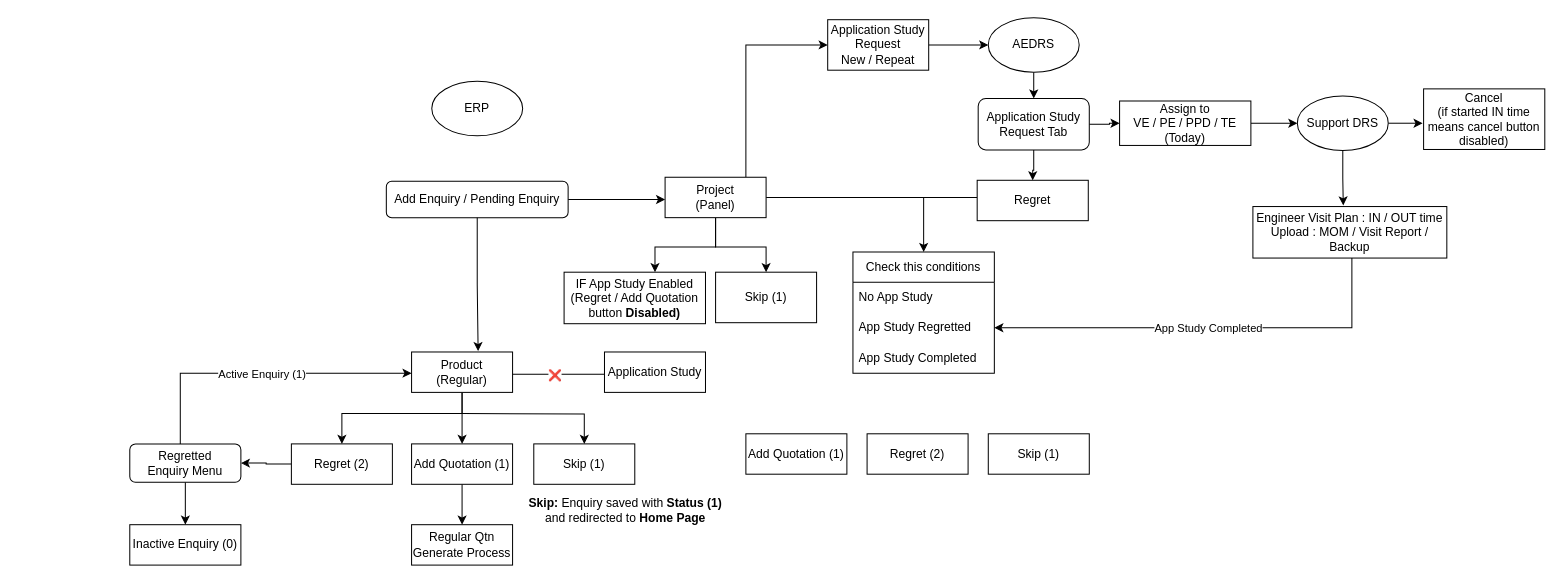
The draw.io diagram page "Add Enquiry / Pending Enquiry" (9 of 9) of ERP_FLOW.drawio in Sathyapriya30/MERN_CRUD_BACKEND, before the edit. Source tidied: cells renumbered, new cells numbered last; positions are measured from the earlier drawing's top-left corner, leaving out a move shared by most shapes. Both pictures are drawn from the tidied source at 101%, with x=0, y=0 at pixel (129, 17).
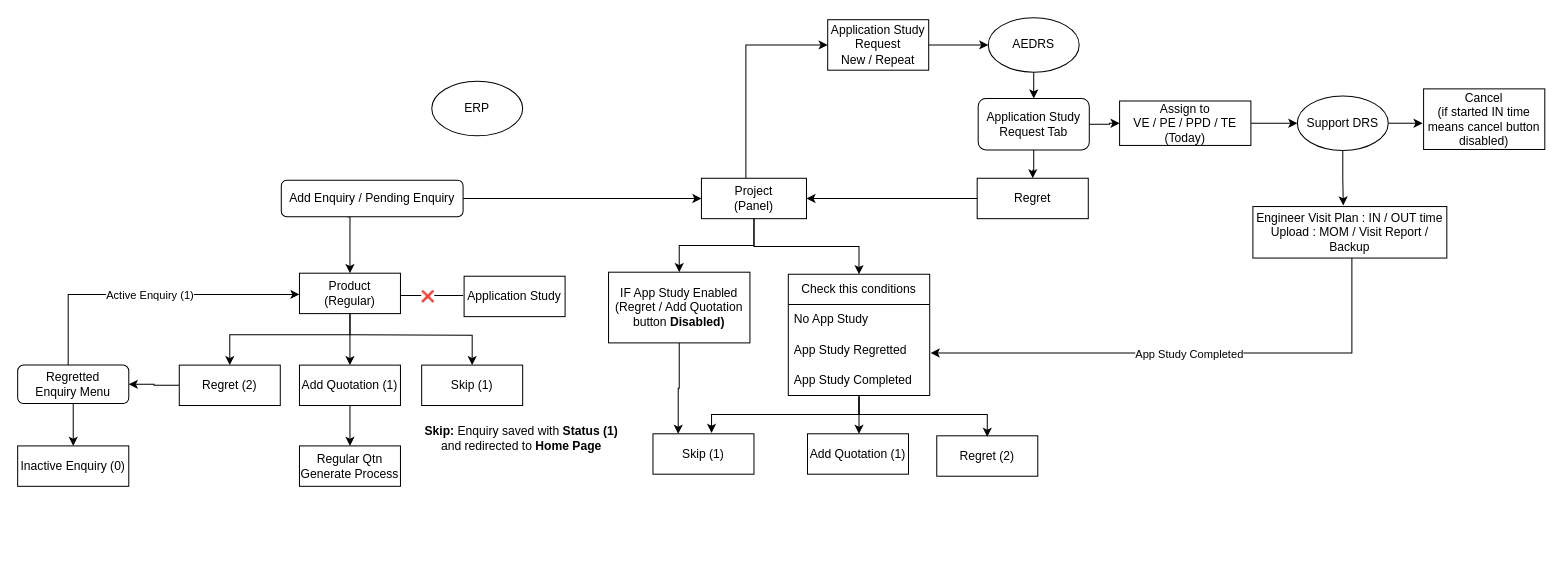
After the change.

Unchanged cells that the change refers to:
```xml
<mxCell id="32" value="Application Study Request&lt;br&gt;New / Repeat" style="rounded=0;whiteSpace=wrap;html=1;" parent="1" vertex="1">
  <mxGeometry x="691" y="2" width="100" height="50" as="geometry" />
</mxCell>
<mxCell id="49" value="App Study Regretted" style="text;strokeColor=none;fillColor=none;align=left;verticalAlign=middle;spacingLeft=4;spacingRight=4;overflow=hidden;points=[[0,0.5],[1,0.5]];portConstraint=eastwest;whiteSpace=wrap;html=1;" parent="47" vertex="1">
  <mxGeometry y="60" width="140" height="30" as="geometry" />
</mxCell>
```

Change to the diagram source:
```diff
@@
-    <mxCell id="2" style="edgeStyle=orthogonalEdgeStyle;rounded=0;jettySize=auto;html=1;" parent="1" edge="1" source="3">
-      <mxGeometry relative="1" as="geometry">
-        <mxPoint x="530" y="180" as="targetPoint" />
-      </mxGeometry>
+    <mxCell id="2" style="edgeStyle=orthogonalEdgeStyle;rounded=0;jettySize=auto;html=1;entryX=0;entryY=0.5;entryDx=0;entryDy=0;" parent="1" edge="1" source="3" target="27">
+      <mxGeometry relative="1" as="geometry" />
     </mxCell>
+    <mxCell id="57" style="edgeStyle=orthogonalEdgeStyle;rounded=0;orthogonalLoop=1;jettySize=auto;html=1;entryX=0.75;entryY=0;entryDx=0;entryDy=0;" parent="1" edge="1">
+      <mxGeometry relative="1" as="geometry">
+        <mxPoint x="215" y="197" as="sourcePoint" />
+        <mxPoint x="218" y="253" as="targetPoint" />
+        <Array as="points">
+          <mxPoint x="218" y="197" />
+        </Array>
+      </mxGeometry>
+    </mxCell>
     <mxCell id="3" value="Add Enquiry / Pending Enquiry" style="rounded=1;whiteSpace=wrap;html=1;" parent="1" vertex="1">
-      <mxGeometry x="254" y="162" width="180" height="36" as="geometry" />
+      <mxGeometry x="150" y="161" width="180" height="36" as="geometry" />
     </mxCell>
     <mxCell id="4" style="edgeStyle=orthogonalEdgeStyle;rounded=0;jettySize=auto;html=1;" parent="1" edge="1" source="7">
       <mxGeometry relative="1" as="geometry">
-        <mxPoint x="329" y="422" as="targetPoint" />
+        <mxPoint x="218" y="344" as="targetPoint" />
         <Array as="points">
-          <mxPoint x="329" y="402" />
-          <mxPoint x="329" y="402" />
+          <mxPoint x="218" y="324" />
+          <mxPoint x="218" y="324" />
         </Array>
       </mxGeometry>
     </mxCell>
     <mxCell id="5" style="edgeStyle=orthogonalEdgeStyle;rounded=0;jettySize=auto;html=1;entryX=0.5;entryY=0;entryDx=0;entryDy=0;" parent="1" edge="1" source="7" target="19">
       <mxGeometry relative="1" as="geometry">
         <Array as="points">
-          <mxPoint x="329" y="392" />
-          <mxPoint x="210" y="392" />
+          <mxPoint x="218" y="314" />
+          <mxPoint x="99" y="314" />
         </Array>
       </mxGeometry>
     </mxCell>
     <mxCell id="6" style="edgeStyle=orthogonalEdgeStyle;rounded=0;jettySize=auto;html=1;" parent="1" edge="1" target="20">
       <mxGeometry relative="1" as="geometry">
-        <mxPoint x="329" y="392" as="sourcePoint" />
+        <mxPoint x="218" y="314" as="sourcePoint" />
       </mxGeometry>
     </mxCell>
     <mxCell id="7" value="Product&lt;br&gt;(Regular)" style="rounded=0;whiteSpace=wrap;html=1;" parent="1" vertex="1">
-      <mxGeometry x="279" y="331" width="100" height="40" as="geometry" />
+      <mxGeometry x="168" y="253" width="100" height="40" as="geometry" />
     </mxCell>
@@
     <mxCell id="9" value="Add Quotation (1)" style="rounded=0;whiteSpace=wrap;html=1;" parent="1" vertex="1">
-      <mxGeometry x="279" y="422" width="100" height="40" as="geometry" />
+      <mxGeometry x="168" y="344" width="100" height="40" as="geometry" />
     </mxCell>
     <mxCell id="10" value="Inactive Enquiry (0)" style="rounded=0;whiteSpace=wrap;html=1;" parent="1" vertex="1">
-      <mxGeometry y="502" width="110" height="40" as="geometry" />
+      <mxGeometry x="-111" y="424" width="110" height="40" as="geometry" />
     </mxCell>
@@
     <mxCell id="12" value="Regretted Enquiry&amp;nbsp;Menu" style="rounded=1;whiteSpace=wrap;html=1;" parent="1" vertex="1">
-      <mxGeometry y="422" width="110" height="38" as="geometry" />
+      <mxGeometry x="-111" y="344" width="110" height="38" as="geometry" />
     </mxCell>
     <mxCell id="13" value="Application Study" style="rounded=0;whiteSpace=wrap;html=1;" parent="1" vertex="1">
-      <mxGeometry x="470" y="331" width="100" height="40" as="geometry" />
+      <mxGeometry x="331" y="256" width="100" height="40" as="geometry" />
     </mxCell>
-    <mxCell id="14" style="endArrow=none;html=1;rounded=0;entryX=0;entryY=0.5;entryDx=0;entryDy=0;exitX=1;exitY=0.5;exitDx=0;exitDy=0;endFill=0;" parent="1" edge="1">
+    <mxCell id="14" style="endArrow=none;html=1;rounded=0;exitX=1;exitY=0.5;exitDx=0;exitDy=0;endFill=0;" parent="1" edge="1">
       <mxGeometry relative="1" as="geometry">
-        <mxPoint x="379" y="353" as="sourcePoint" />
-        <mxPoint x="470" y="353" as="targetPoint" />
+        <mxPoint x="268" y="275" as="sourcePoint" />
+        <mxPoint x="330" y="275" as="targetPoint" />
       </mxGeometry>
     </mxCell>
@@
     <mxCell id="16" style="endArrow=classic;html=1;rounded=0;" parent="1" edge="1">
       <mxGeometry relative="1" as="geometry">
-        <mxPoint x="50" y="422" as="sourcePoint" />
-        <mxPoint x="279" y="352" as="targetPoint" />
+        <mxPoint x="-61" y="344" as="sourcePoint" />
+        <mxPoint x="168" y="274" as="targetPoint" />
         <Array as="points">
-          <mxPoint x="50" y="352" />
+          <mxPoint x="-61" y="274" />
         </Array>
       </mxGeometry>
     </mxCell>
@@
     <mxCell id="19" value="Regret (2)" style="rounded=0;whiteSpace=wrap;html=1;" parent="1" vertex="1">
-      <mxGeometry x="160" y="422" width="100" height="40" as="geometry" />
+      <mxGeometry x="49" y="344" width="100" height="40" as="geometry" />
     </mxCell>
     <mxCell id="20" value="Skip (1)" style="rounded=0;whiteSpace=wrap;html=1;" parent="1" vertex="1">
-      <mxGeometry x="400" y="422" width="100" height="40" as="geometry" />
+      <mxGeometry x="289" y="344" width="100" height="40" as="geometry" />
     </mxCell>
     <mxCell id="21" value="Regular Qtn Generate Process" style="rounded=0;whiteSpace=wrap;html=1;" parent="1" vertex="1">
-      <mxGeometry x="279" y="502" width="100" height="40" as="geometry" />
+      <mxGeometry x="168" y="424" width="100" height="40" as="geometry" />
     </mxCell>
     <mxCell id="22" value="&lt;strong&gt;Skip:&lt;/strong&gt; Enquiry saved with &lt;strong&gt;Status (1)&lt;/strong&gt; and redirected to &lt;strong&gt;Home Page&lt;/strong&gt;" style="text;html=1;whiteSpace=wrap;strokeColor=none;fillColor=none;align=center;verticalAlign=middle;rounded=0;" parent="1" vertex="1">
-      <mxGeometry x="392" y="473" width="198" height="30" as="geometry" />
+      <mxGeometry x="289" y="402" width="198" height="30" as="geometry" />
     </mxCell>
+    <mxCell id="25" style="edgeStyle=orthogonalEdgeStyle;rounded=0;jettySize=auto;html=1;entryX=0;entryY=0.5;entryDx=0;entryDy=0;" parent="1" edge="1" source="27" target="32">
+      <mxGeometry relative="1" as="geometry">
+        <Array as="points">
+          <mxPoint x="610" y="27" />
+        </Array>
+      </mxGeometry>
+    </mxCell>
-    <mxCell id="23" style="edgeStyle=orthogonalEdgeStyle;rounded=0;jettySize=auto;html=1;" parent="1" edge="1" source="27" target="46">
-      <mxGeometry relative="1" as="geometry">
-        <Array as="points">
-          <mxPoint x="580" y="227" />
-          <mxPoint x="520" y="227" />
-        </Array>
-      </mxGeometry>
+    <mxCell id="23" style="edgeStyle=orthogonalEdgeStyle;rounded=0;jettySize=auto;html=1;entryX=0.5;entryY=0;entryDx=0;entryDy=0;" parent="1" edge="1" source="27" target="46">
+      <mxGeometry relative="1" as="geometry" />
     </mxCell>
-    <mxCell id="24" style="edgeStyle=orthogonalEdgeStyle;rounded=0;jettySize=auto;html=1;entryX=0.5;entryY=0;entryDx=0;entryDy=0;" parent="1" edge="1" source="27" target="51">
-      <mxGeometry relative="1" as="geometry">
-        <Array as="points">
-          <mxPoint x="580" y="227" />
-          <mxPoint x="630" y="227" />
-        </Array>
-      </mxGeometry>
-    </mxCell>
-    <mxCell id="25" style="edgeStyle=orthogonalEdgeStyle;rounded=0;jettySize=auto;html=1;entryX=0;entryY=0.5;entryDx=0;entryDy=0;" parent="1" edge="1" source="27" target="32">
-      <mxGeometry relative="1" as="geometry">
-        <Array as="points">
-          <mxPoint x="610" y="27" />
-        </Array>
-      </mxGeometry>
-    </mxCell>
-    <mxCell id="26" style="edgeStyle=orthogonalEdgeStyle;rounded=0;jettySize=auto;html=1;entryX=0.5;entryY=0;entryDx=0;entryDy=0;" parent="1" edge="1" source="27" target="47">
+    <mxCell id="26" style="edgeStyle=orthogonalEdgeStyle;rounded=0;jettySize=auto;html=1;" parent="1" edge="1" source="27" target="47">
       <mxGeometry relative="1" as="geometry" />
     </mxCell>
     <mxCell id="27" value="Project&lt;br&gt;(Panel)" style="rounded=0;whiteSpace=wrap;html=1;" parent="1" vertex="1">
-      <mxGeometry x="530" y="158" width="100" height="40" as="geometry" />
+      <mxGeometry x="566" y="159" width="104" height="40" as="geometry" />
     </mxCell>
-    <mxCell id="28" value="Skip (1)" style="rounded=0;whiteSpace=wrap;html=1;" parent="1" vertex="1">
-      <mxGeometry x="850" y="412" width="100" height="40" as="geometry" />
+    <mxCell id="28" value="Regret (2)" style="rounded=0;whiteSpace=wrap;html=1;" parent="1" vertex="1">
+      <mxGeometry x="799" y="414" width="100" height="40" as="geometry" />
     </mxCell>
     <mxCell id="29" value="Add Quotation (1)" style="rounded=0;whiteSpace=wrap;html=1;" parent="1" vertex="1">
-      <mxGeometry x="610" y="412" width="100" height="40" as="geometry" />
+      <mxGeometry x="671" y="412" width="100" height="40" as="geometry" />
     </mxCell>
-    <mxCell id="30" value="Regret (2)" style="rounded=0;whiteSpace=wrap;html=1;" parent="1" vertex="1">
-      <mxGeometry x="730" y="412" width="100" height="40" as="geometry" />
+    <mxCell id="30" value="Skip (1)" style="rounded=0;whiteSpace=wrap;html=1;" parent="1" vertex="1">
+      <mxGeometry x="518" y="412" width="100" height="40" as="geometry" />
     </mxCell>
@@
-    <mxCell id="38" style="edgeStyle=orthogonalEdgeStyle;rounded=0;jettySize=auto;html=1;entryX=0.659;entryY=-0.022;entryDx=0;entryDy=0;entryPerimeter=0;" parent="1" edge="1" source="3" target="7">
-      <mxGeometry relative="1" as="geometry" />
-    </mxCell>
@@
+    <mxCell id="58" style="edgeStyle=orthogonalEdgeStyle;rounded=0;jettySize=auto;html=1;entryX=0.25;entryY=0;entryDx=0;entryDy=0;" parent="1" edge="1" source="46" target="30">
+      <mxGeometry relative="1" as="geometry" />
+    </mxCell>
     <mxCell id="46" value="IF App Study Enabled&lt;br&gt;(Regret / Add Quotation button &lt;b&gt;Disabled)&lt;/b&gt;" style="rounded=0;whiteSpace=wrap;html=1;" parent="1" vertex="1">
-      <mxGeometry x="430" y="252" width="140" height="51" as="geometry" />
+      <mxGeometry x="474" y="252" width="140" height="70" as="geometry" />
     </mxCell>
+    <mxCell id="59" style="edgeStyle=orthogonalEdgeStyle;rounded=0;orthogonalLoop=1;jettySize=auto;html=1;entryX=0.5;entryY=0;entryDx=0;entryDy=0;" parent="1" edge="1">
+      <mxGeometry relative="1" as="geometry">
+        <mxPoint x="722" y="375" as="sourcePoint" />
+        <mxPoint x="849" y="415" as="targetPoint" />
+        <Array as="points">
+          <mxPoint x="722" y="393" />
+          <mxPoint x="849" y="393" />
+        </Array>
+      </mxGeometry>
+    </mxCell>
+    <mxCell id="60" style="edgeStyle=orthogonalEdgeStyle;rounded=0;orthogonalLoop=1;jettySize=auto;html=1;entryX=0.5;entryY=0;entryDx=0;entryDy=0;" parent="1" edge="1">
+      <mxGeometry relative="1" as="geometry">
+        <mxPoint x="723" y="374" as="sourcePoint" />
+        <mxPoint x="722" y="412" as="targetPoint" />
+      </mxGeometry>
+    </mxCell>
     <mxCell id="47" value="Check this conditions" style="swimlane;fontStyle=0;horizontal=1;startSize=30;whiteSpace=wrap;html=1;" parent="1" vertex="1">
-      <mxGeometry x="716" y="232" width="140" height="120" as="geometry" />
+      <mxGeometry x="652" y="254" width="140" height="120" as="geometry" />
     </mxCell>
@@
-    <mxCell id="51" value="Skip (1)" style="rounded=0;whiteSpace=wrap;html=1;" parent="1" vertex="1">
-      <mxGeometry x="580" y="252" width="100" height="50" as="geometry" />
-    </mxCell>
-    <mxCell id="52" style="edgeStyle=orthogonalEdgeStyle;rounded=0;orthogonalLoop=1;jettySize=auto;html=1;endArrow=none;endFill=0;" parent="1" edge="1">
-      <mxGeometry relative="1" as="geometry">
-        <mxPoint x="839" y="178" as="sourcePoint" />
-        <mxPoint x="780" y="178" as="targetPoint" />
-      </mxGeometry>
-    </mxCell>
+    <mxCell id="61" style="edgeStyle=orthogonalEdgeStyle;rounded=0;jettySize=auto;html=1;entryX=1;entryY=0.5;entryDx=0;entryDy=0;" parent="1" edge="1" source="53" target="27">
+      <mxGeometry relative="1" as="geometry" />
+    </mxCell>
     <mxCell id="53" value="Regret" style="rounded=0;whiteSpace=wrap;html=1;" parent="1" vertex="1">
-      <mxGeometry x="839" y="161" width="110" height="40" as="geometry" />
+      <mxGeometry x="839" y="159" width="110" height="40" as="geometry" />
     </mxCell>
@@
-    <mxCell id="55" style="endArrow=classic;html=1;rounded=0;entryX=1;entryY=0.5;entryDx=0;entryDy=0;" parent="1" edge="1" target="49">
+    <mxCell id="55" style="endArrow=classic;html=1;rounded=0;" parent="1" edge="1">
       <mxGeometry relative="1" as="geometry">
         <mxPoint x="1210" y="238" as="sourcePoint" />
+        <mxPoint x="793" y="332" as="targetPoint" />
         <Array as="points">
-          <mxPoint x="1210" y="307" />
+          <mxPoint x="1210" y="292" />
+          <mxPoint x="1210" y="332" />
         </Array>
       </mxGeometry>
     </mxCell>
@@
+    <mxCell id="62" style="edgeStyle=orthogonalEdgeStyle;rounded=0;orthogonalLoop=1;jettySize=auto;html=1;entryX=0.58;entryY=-0.047;entryDx=0;entryDy=0;entryPerimeter=0;" parent="1" edge="1">
+      <mxGeometry relative="1" as="geometry">
+        <mxPoint x="722" y="375" as="sourcePoint" />
+        <mxPoint x="576" y="411.1" as="targetPoint" />
+        <Array as="points">
+          <mxPoint x="722" y="393" />
+          <mxPoint x="576" y="393" />
+        </Array>
+      </mxGeometry>
+    </mxCell>
```
